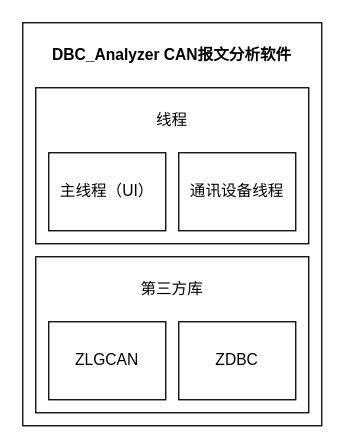
Earlier version of the draw.io diagram page "软件组件构成图" (1 of 2) of DBC_Analyzer.drawio (SummerFalls/DrawIO). Source tidied: cells renumbered, new cells numbered last; positions are measured from the earlier drawing's top-left corner, leaving out a move shared by most shapes. Both pictures are drawn from the tidied source at 130%, with x=0, y=0 at pixel (22, 22).
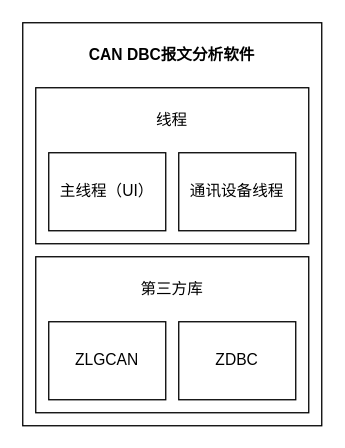
Above is the later version.

What changed in the source:
```diff
@@
 <mxGraphModel>
   <root>
     <mxCell id="0" />
     <mxCell id="1" parent="0" />
     <mxCell id="2" style="rounded=0;whiteSpace=wrap;html=1;" parent="1" vertex="1">
       <mxGeometry width="230" height="310" as="geometry" />
     </mxCell>
     <mxCell id="3" style="rounded=0;whiteSpace=wrap;html=1;" parent="1" vertex="1">
       <mxGeometry x="10" y="50" width="210" height="120" as="geometry" />
     </mxCell>
     <mxCell id="4" value="主线程（UI）" style="rounded=0;whiteSpace=wrap;html=1;" parent="1" vertex="1">
       <mxGeometry x="20" y="100" width="90" height="60" as="geometry" />
     </mxCell>
     <mxCell id="5" value="通讯设备线程" style="rounded=0;whiteSpace=wrap;html=1;" parent="1" vertex="1">
       <mxGeometry x="120" y="100" width="90" height="60" as="geometry" />
     </mxCell>
     <mxCell id="6" value="线程" style="text;html=1;strokeColor=none;fillColor=none;align=center;verticalAlign=middle;whiteSpace=wrap;rounded=0;" parent="1" vertex="1">
       <mxGeometry x="20" y="60" width="190" height="30" as="geometry" />
     </mxCell>
     <mxCell id="7" style="rounded=0;whiteSpace=wrap;html=1;" parent="1" vertex="1">
       <mxGeometry x="10" y="180" width="210" height="120" as="geometry" />
     </mxCell>
     <mxCell id="8" value="ZLGCAN" style="rounded=0;whiteSpace=wrap;html=1;" parent="1" vertex="1">
       <mxGeometry x="20" y="230" width="90" height="60" as="geometry" />
     </mxCell>
     <mxCell id="9" value="第三方库" style="text;html=1;strokeColor=none;fillColor=none;align=center;verticalAlign=middle;whiteSpace=wrap;rounded=0;" parent="1" vertex="1">
       <mxGeometry x="20" y="190" width="190" height="30" as="geometry" />
     </mxCell>
-    <mxCell id="10" value="DBC_Analyzer CAN报文分析软件" style="text;html=1;strokeColor=none;fillColor=none;align=center;verticalAlign=middle;whiteSpace=wrap;rounded=0;fontStyle=1;" parent="1" vertex="1">
+    <mxCell id="10" value="CAN DBC报文分析软件" style="text;html=1;strokeColor=none;fillColor=none;align=center;verticalAlign=middle;whiteSpace=wrap;rounded=0;fontStyle=1;" parent="1" vertex="1">
       <mxGeometry x="10" y="10" width="210" height="30" as="geometry" />
     </mxCell>
     <mxCell id="11" value="ZDBC" style="rounded=0;whiteSpace=wrap;html=1;" parent="1" vertex="1">
       <mxGeometry x="120" y="230" width="90" height="60" as="geometry" />
     </mxCell>
   </root>
 </mxGraphModel>
```
